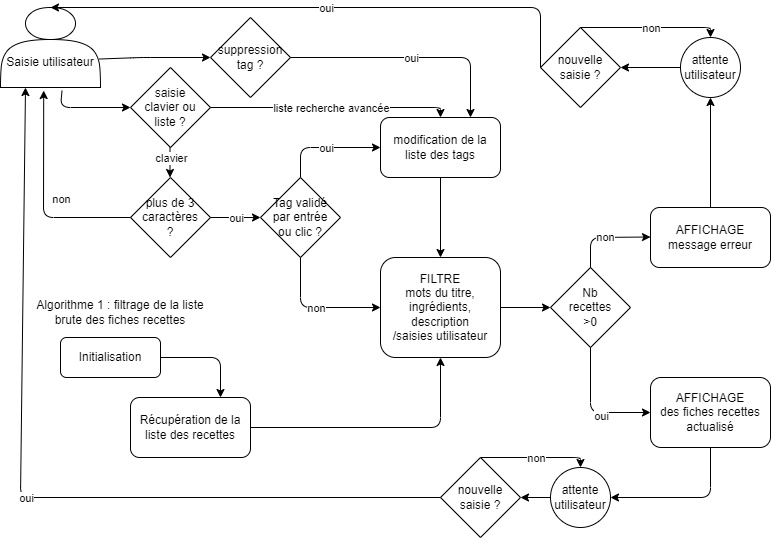
The draw.io diagram bench_tests/algorithme1.png in TangiLC/P7_PetitsPlats, before a commit. Source tidied: cells renumbered, new cells last; positions are measured from the earlier drawing's top-left corner, leaving out a move shared by most shapes.
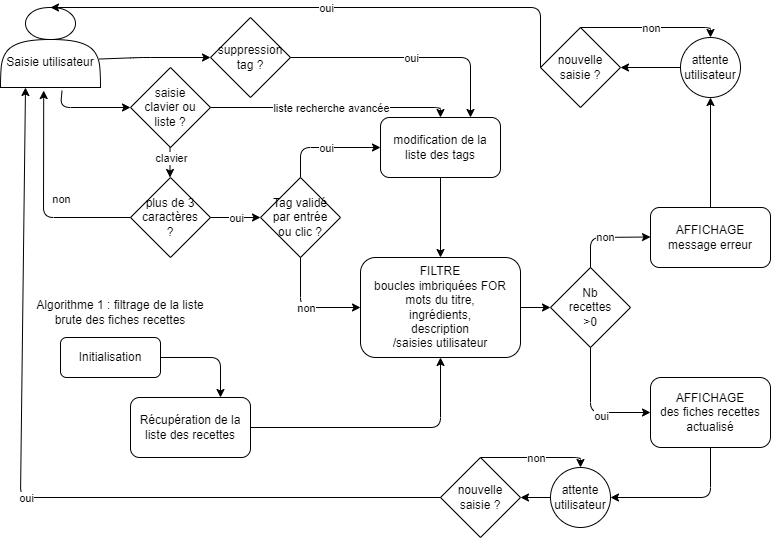
Above is the later version.

Change to the diagram source:
```diff
@@ -21,8 +21,8 @@
     <mxCell id="6" value="Tag validé&lt;br&gt;par entrée&lt;br&gt;ou clic ?" style="rhombus;whiteSpace=wrap;html=1;" parent="1" vertex="1">
       <mxGeometry x="260" y="170" width="80" height="80" as="geometry" />
     </mxCell>
-    <mxCell id="7" value="FILTRE&lt;br&gt;mots du titre,&lt;br&gt;ingrédients,&lt;br&gt;description&lt;br&gt;/saisies utilisateur" style="rounded=1;whiteSpace=wrap;html=1;" parent="1" vertex="1">
-      <mxGeometry x="380" y="250" width="120" height="100" as="geometry" />
+    <mxCell id="7" value="FILTRE&lt;br&gt;boucles imbriquées FOR&lt;br&gt;mots du titre,&lt;br&gt;ingrédients,&lt;br&gt;description&lt;br&gt;/saisies utilisateur" style="rounded=1;whiteSpace=wrap;html=1;" parent="1" vertex="1">
+      <mxGeometry x="360" y="250" width="160" height="100" as="geometry" />
     </mxCell>
     <mxCell id="8" value="modification de la liste des tags" style="rounded=1;whiteSpace=wrap;html=1;" parent="1" vertex="1">
       <mxGeometry x="380" y="110" width="120" height="60" as="geometry" />
```
